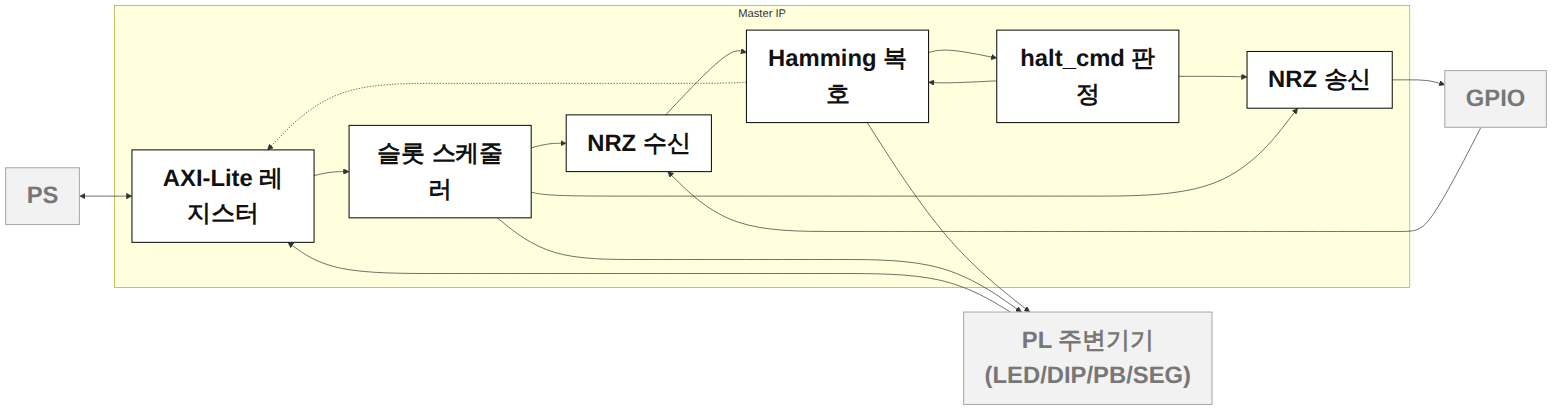
This is diagrams/section3/zoom/m_masterip.png from Woodong02/SoC_Design_and_Programming, a Mermaid export, as it was before one commit. Its source is kept beside it as diagrams/section3/zoom/m_masterip.mmd.
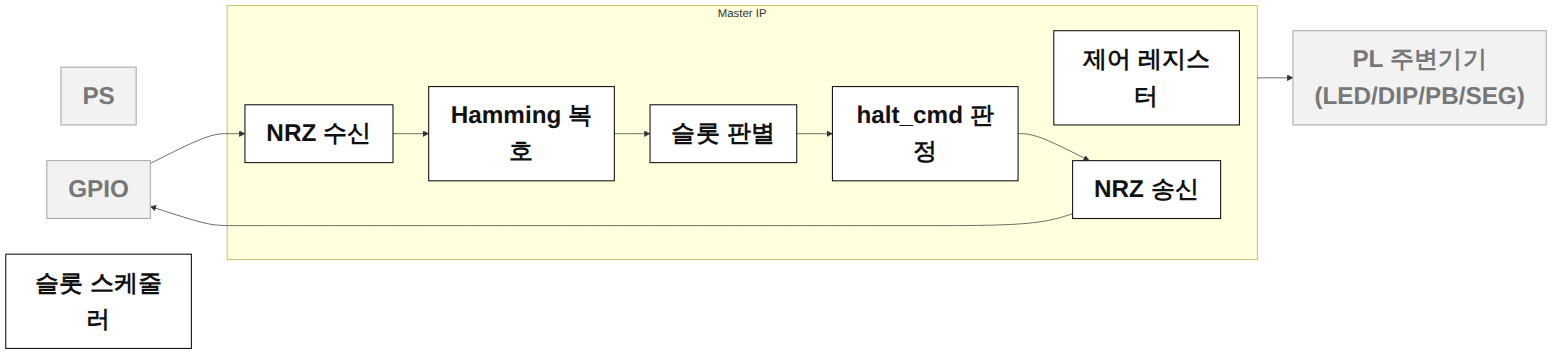
After the commit.

What changed in the source:
```diff
@@ -3,31 +3,25 @@
     PS["PS"]:::dim
     GPIO["GPIO"]:::dim
     PLPERIPH["PL 주변기기\n(LED/DIP/PB/SEG)"]:::dim
+    SLOT["슬롯 스케줄러"]:::node
 
     subgraph MASTERB ["Master IP"]
         direction LR
-        AXI["AXI-Lite 레지스터"]:::node
-        SLOT["슬롯 스케줄러"]:::node
+        CTRLREG["제어 레지스터"]:::node
         RX["NRZ 수신"]:::node
         DEC["Hamming 복호"]:::node
+        SLOTDET["슬롯 판별"]:::node
         HALT["halt_cmd 판정"]:::node
         TX["NRZ 송신"]:::node
 
-        AXI --> SLOT
-        SLOT --> RX
         RX --> DEC
-        DEC --> HALT
+        DEC --> SLOTDET
+        SLOTDET --> HALT
         HALT --> TX
-        HALT --> DEC
-        SLOT --> TX
-        DEC -.-> AXI
     end
 
-    PS <--> AXI
-    PLPERIPH --> AXI
     GPIO --> RX
     TX --> GPIO
-    DEC --> PLPERIPH
-    SLOT --> PLPERIPH
+    MASTERB --> PLPERIPH
 classDef node fill:#FFFFFF,stroke:#111111,stroke-width:1.5px,color:#111111,font-weight:bold,font-size:34px
 classDef dim fill:#F2F2F2,stroke:#AAAAAA,color:#777777,font-weight:bold,font-size:34px
```
